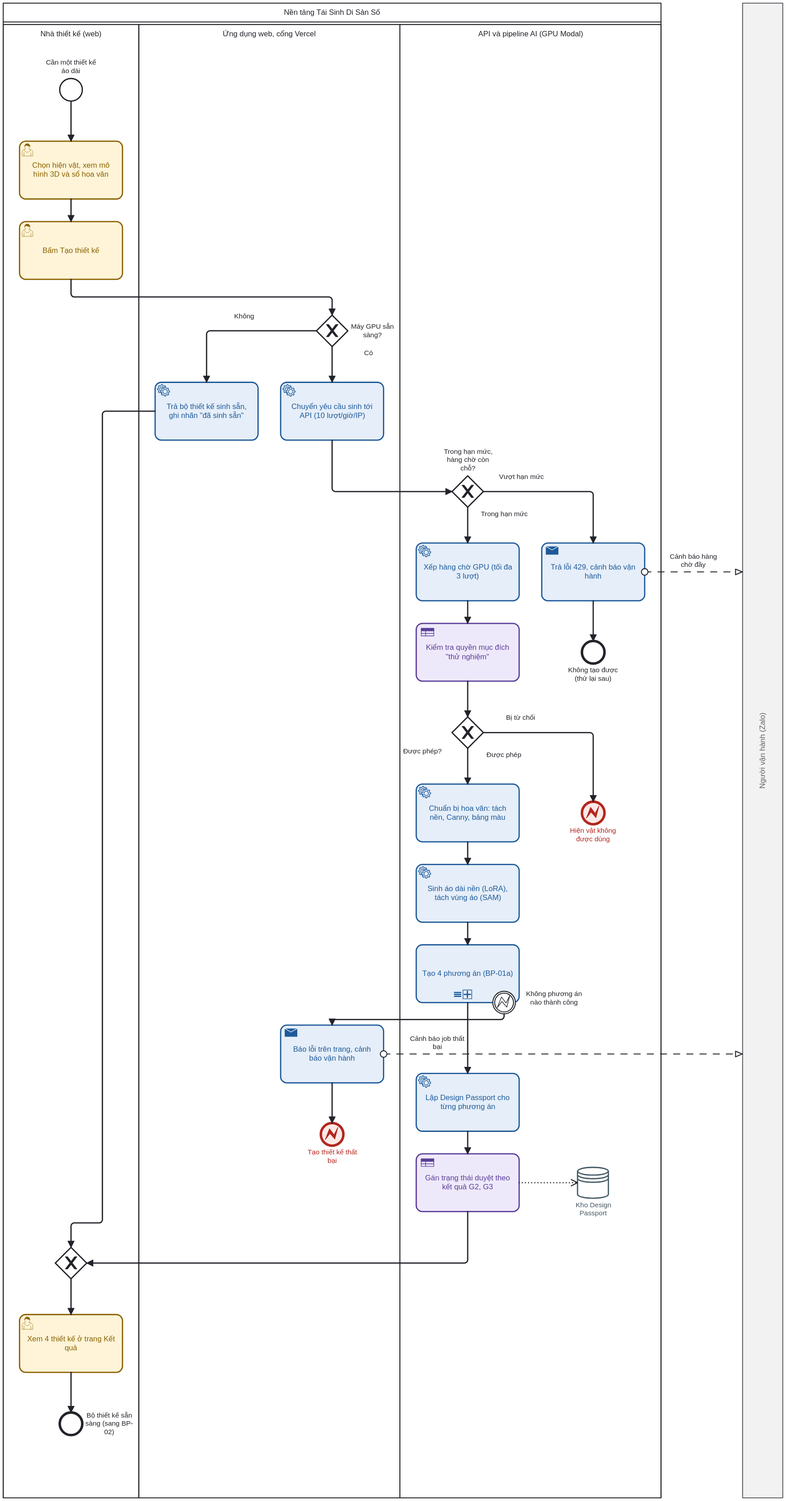
Before: docs/business-analysis/diagrams/BP-01_tao-thiet-ke.svg, a diagram exported from BPMN (quoczai22/tai-sinh-di-san-so-ai). Its source is kept beside it as docs/business-analysis/diagrams/BP-01_tao-thiet-ke.bpmn. Ids are renumbered.
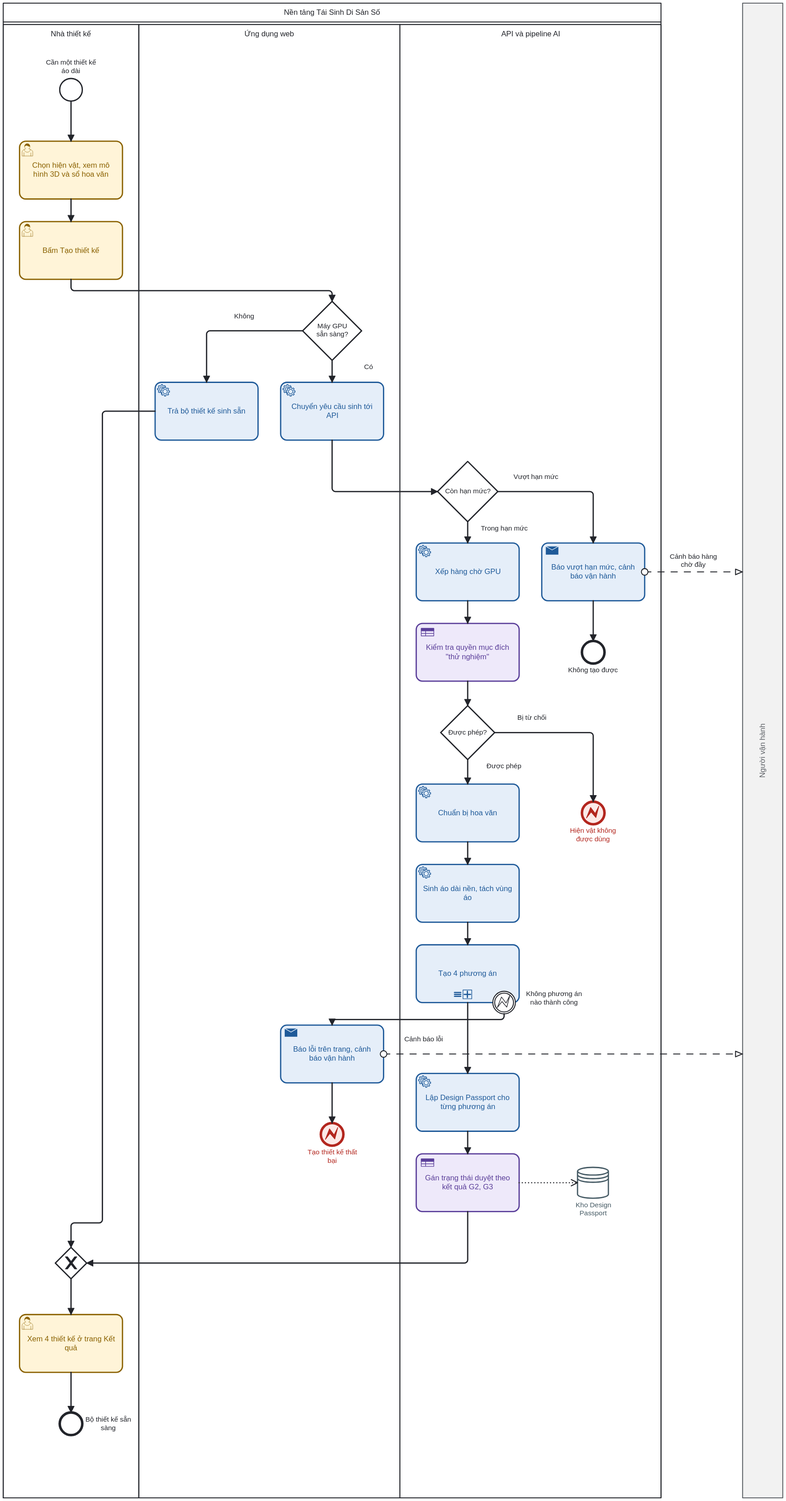
Later version of the same file.

The edit, as a diff of the source:
```diff
@@ -5,13 +5,13 @@
   <bpmn:dataStore id="Store_DS" name="Kho Design Passport" />
   <bpmn:collaboration id="Collab_BP01">
     <bpmn:participant id="P" name="Nền tảng Tái Sinh Di Sản Số" processRef="Proc_P" />
-    <bpmn:participant id="OPS" name="Người vận hành (Zalo)" />
+    <bpmn:participant id="OPS" name="Người vận hành" />
     <bpmn:messageFlow id="Msg_T11_OPS" name="Cảnh báo hàng chờ đầy" sourceRef="T11" targetRef="OPS" />
-    <bpmn:messageFlow id="Msg_T12_OPS" name="Cảnh báo job thất bại" sourceRef="T12" targetRef="OPS" />
+    <bpmn:messageFlow id="Msg_T12_OPS" name="Cảnh báo lỗi" sourceRef="T12" targetRef="OPS" />
   </bpmn:collaboration>
   <bpmn:process id="Proc_P" name="Nền tảng Tái Sinh Di Sản Số" isExecutable="false">
     <bpmn:laneSet id="LaneSet_P">
-      <bpmn:lane id="L_USR" name="Nhà thiết kế (web)">
+      <bpmn:lane id="L_USR" name="Nhà thiết kế">
         <bpmn:flowNodeRef>S1</bpmn:flowNodeRef>
         <bpmn:flowNodeRef>T1</bpmn:flowNodeRef>
         <bpmn:flowNodeRef>T2</bpmn:flowNodeRef>
@@ -19,14 +19,14 @@
         <bpmn:flowNodeRef>T13</bpmn:flowNodeRef>
         <bpmn:flowNodeRef>E4</bpmn:flowNodeRef>
       </bpmn:lane>
-      <bpmn:lane id="L_GW" name="Ứng dụng web, cổng Vercel">
+      <bpmn:lane id="L_GW" name="Ứng dụng web">
         <bpmn:flowNodeRef>G1</bpmn:flowNodeRef>
         <bpmn:flowNodeRef>T3</bpmn:flowNodeRef>
         <bpmn:flowNodeRef>T4</bpmn:flowNodeRef>
         <bpmn:flowNodeRef>T12</bpmn:flowNodeRef>
         <bpmn:flowNodeRef>E3</bpmn:flowNodeRef>
       </bpmn:lane>
-      <bpmn:lane id="L_API" name="API và pipeline AI (GPU Modal)">
+      <bpmn:lane id="L_API" name="API và pipeline AI">
         <bpmn:flowNodeRef>G2</bpmn:flowNodeRef>
         <bpmn:flowNodeRef>T11</bpmn:flowNodeRef>
         <bpmn:flowNodeRef>E1</bpmn:flowNodeRef>
@@ -53,32 +53,32 @@
       <bpmn:incoming>Flow_T1_T2</bpmn:incoming>
       <bpmn:outgoing>Flow_T2_G1</bpmn:outgoing>
     </bpmn:userTask>
-    <bpmn:exclusiveGateway id="G1" name="Máy GPU sẵn sàng?">
+    <bpmn:exclusiveGateway id="G1" name="Máy GPU&#10;sẵn sàng?">
       <bpmn:incoming>Flow_T2_G1</bpmn:incoming>
       <bpmn:outgoing>Flow_G1_T4</bpmn:outgoing>
       <bpmn:outgoing>Flow_G1_T3</bpmn:outgoing>
     </bpmn:exclusiveGateway>
-    <bpmn:serviceTask id="T3" name="Trả bộ thiết kế sinh sẵn, ghi nhãn &#34;đã sinh sẵn&#34;">
+    <bpmn:serviceTask id="T3" name="Trả bộ thiết kế sinh sẵn">
       <bpmn:incoming>Flow_G1_T3</bpmn:incoming>
       <bpmn:outgoing>Flow_T3_M1</bpmn:outgoing>
     </bpmn:serviceTask>
-    <bpmn:serviceTask id="T4" name="Chuyển yêu cầu sinh tới API (10 lượt/giờ/IP)">
+    <bpmn:serviceTask id="T4" name="Chuyển yêu cầu sinh tới API">
       <bpmn:incoming>Flow_G1_T4</bpmn:incoming>
       <bpmn:outgoing>Flow_T4_G2</bpmn:outgoing>
     </bpmn:serviceTask>
-    <bpmn:exclusiveGateway id="G2" name="Trong hạn mức, hàng chờ còn chỗ?">
+    <bpmn:exclusiveGateway id="G2" name="Còn hạn mức?">
       <bpmn:incoming>Flow_T4_G2</bpmn:incoming>
       <bpmn:outgoing>Flow_G2_T5</bpmn:outgoing>
       <bpmn:outgoing>Flow_G2_T11</bpmn:outgoing>
     </bpmn:exclusiveGateway>
-    <bpmn:sendTask id="T11" name="Trả lỗi 429, cảnh báo vận hành">
+    <bpmn:sendTask id="T11" name="Báo vượt hạn mức, cảnh báo vận hành">
       <bpmn:incoming>Flow_G2_T11</bpmn:incoming>
       <bpmn:outgoing>Flow_T11_E1</bpmn:outgoing>
     </bpmn:sendTask>
-    <bpmn:endEvent id="E1" name="Không tạo được (thử lại sau)">
+    <bpmn:endEvent id="E1" name="Không tạo được">
       <bpmn:incoming>Flow_T11_E1</bpmn:incoming>
     </bpmn:endEvent>
-    <bpmn:serviceTask id="T5" name="Xếp hàng chờ GPU (tối đa 3 lượt)">
+    <bpmn:serviceTask id="T5" name="Xếp hàng chờ GPU">
       <bpmn:incoming>Flow_G2_T5</bpmn:incoming>
       <bpmn:outgoing>Flow_T5_T6</bpmn:outgoing>
     </bpmn:serviceTask>
@@ -95,15 +95,15 @@
       <bpmn:incoming>Flow_G3_E2</bpmn:incoming>
       <bpmn:errorEventDefinition id="EED_E2" errorRef="Error_3" />
     </bpmn:endEvent>
-    <bpmn:serviceTask id="T7" name="Chuẩn bị hoa văn: tách nền, Canny, bảng màu">
+    <bpmn:serviceTask id="T7" name="Chuẩn bị hoa văn">
       <bpmn:incoming>Flow_G3_T7</bpmn:incoming>
       <bpmn:outgoing>Flow_T7_T8</bpmn:outgoing>
     </bpmn:serviceTask>
-    <bpmn:serviceTask id="T8" name="Sinh áo dài nền (LoRA), tách vùng áo (SAM)">
+    <bpmn:serviceTask id="T8" name="Sinh áo dài nền, tách vùng áo">
       <bpmn:incoming>Flow_T7_T8</bpmn:incoming>
       <bpmn:outgoing>Flow_T8_SP</bpmn:outgoing>
     </bpmn:serviceTask>
-    <bpmn:subProcess id="SP" name="Tạo 4 phương án (BP-01a)">
+    <bpmn:subProcess id="SP" name="Tạo 4 phương án">
       <bpmn:incoming>Flow_T8_SP</bpmn:incoming>
       <bpmn:outgoing>Flow_SP_T9</bpmn:outgoing>
       <bpmn:multiInstanceLoopCharacteristics isSequential="true" />
@@ -141,7 +141,7 @@
       <bpmn:incoming>Flow_M1_T13</bpmn:incoming>
       <bpmn:outgoing>Flow_T13_E4</bpmn:outgoing>
     </bpmn:userTask>
-    <bpmn:endEvent id="E4" name="Bộ thiết kế sẵn sàng (sang BP-02)">
+    <bpmn:endEvent id="E4" name="Bộ thiết kế sẵn sàng">
       <bpmn:incoming>Flow_T13_E4</bpmn:incoming>
     </bpmn:endEvent>
     <bpmn:sequenceFlow id="Flow_S1_T1" name="" sourceRef="S1" targetRef="T1" />
@@ -206,10 +206,10 @@
       <bpmndi:BPMNShape id="T2_di" bpmnElement="T2" color:background-color="#FFF4D6" color:border-color="#8A6100">
         <dc:Bounds x="46" y="368" width="164" height="92" />
       </bpmndi:BPMNShape>
-      <bpmndi:BPMNShape id="G1_di" bpmnElement="G1" isMarkerVisible="true">
-        <dc:Bounds x="519" y="517" width="50" height="50" />
+      <bpmndi:BPMNShape id="G1_di" bpmnElement="G1" isMarkerVisible="false">
+        <dc:Bounds x="497" y="495" width="94" height="94" />
         <bpmndi:BPMNLabel>
-          <dc:Bounds x="574" y="529" width="69" height="27" />
+          <dc:Bounds x="520" y="528" width="49" height="28" />
         </bpmndi:BPMNLabel>
       </bpmndi:BPMNShape>
       <bpmndi:BPMNShape id="T3_di" bpmnElement="T3" color:background-color="#E4EEF9" color:border-color="#1F5A99">
@@ -218,10 +218,10 @@
       <bpmndi:BPMNShape id="T4_di" bpmnElement="T4" color:background-color="#E4EEF9" color:border-color="#1F5A99">
         <dc:Bounds x="462" y="624" width="164" height="92" />
       </bpmndi:BPMNShape>
-      <bpmndi:BPMNShape id="G2_di" bpmnElement="G2" isMarkerVisible="true">
-        <dc:Bounds x="735" y="773" width="50" height="50" />
+      <bpmndi:BPMNShape id="G2_di" bpmnElement="G2" isMarkerVisible="false">
+        <dc:Bounds x="712" y="750" width="96" height="96" />
         <bpmndi:BPMNLabel>
-          <dc:Bounds x="722" y="728" width="77" height="40" />
+          <dc:Bounds x="727" y="791" width="66" height="14" />
         </bpmndi:BPMNLabel>
       </bpmndi:BPMNShape>
       <bpmndi:BPMNShape id="T11_di" bpmnElement="T11" color:background-color="#E4EEF9" color:border-color="#1F5A99">
@@ -239,10 +239,10 @@
       <bpmndi:BPMNShape id="T6_di" bpmnElement="T6" color:background-color="#EEE8FA" color:border-color="#5A3E99">
         <dc:Bounds x="678" y="1008" width="164" height="92" />
       </bpmndi:BPMNShape>
-      <bpmndi:BPMNShape id="G3_di" bpmnElement="G3" isMarkerVisible="true">
-        <dc:Bounds x="735" y="1157" width="50" height="50" />
+      <bpmndi:BPMNShape id="G3_di" bpmnElement="G3" isMarkerVisible="false">
+        <dc:Bounds x="717" y="1139" width="86" height="86" />
         <bpmndi:BPMNLabel>
-          <dc:Bounds x="631" y="1205" width="112" height="40" />
+          <dc:Bounds x="732" y="1175" width="55" height="14" />
         </bpmndi:BPMNLabel>
       </bpmndi:BPMNShape>
       <bpmndi:BPMNShape id="E2_di" bpmnElement="E2" color:background-color="#FCE8E6" color:border-color="#B3261E">
@@ -290,7 +290,7 @@
       <bpmndi:BPMNShape id="E4_di" bpmnElement="E4">
         <dc:Bounds x="110" y="2265" width="36" height="36" />
         <bpmndi:BPMNLabel>
-          <dc:Bounds x="151" y="2263" width="77" height="40" />
+          <dc:Bounds x="151" y="2270" width="73" height="27" />
         </bpmndi:BPMNLabel>
       </bpmndi:BPMNShape>
       <bpmndi:BPMNShape id="BE_di" bpmnElement="BE">
@@ -309,19 +309,19 @@
       </bpmndi:BPMNEdge>
       <bpmndi:BPMNEdge id="Flow_T2_G1_di" bpmnElement="Flow_T2_G1">
         <di:waypoint x="128" y="460" />
-        <di:waypoint x="128" y="488" />
-        <di:waypoint x="544" y="488" />
-        <di:waypoint x="544" y="517" />
+        <di:waypoint x="128" y="478" />
+        <di:waypoint x="544" y="478" />
+        <di:waypoint x="544" y="495" />
       </bpmndi:BPMNEdge>
       <bpmndi:BPMNEdge id="Flow_G1_T4_di" bpmnElement="Flow_G1_T4">
-        <di:waypoint x="544" y="567" />
+        <di:waypoint x="544" y="589" />
         <di:waypoint x="544" y="624" />
         <bpmndi:BPMNLabel>
-          <dc:Bounds x="550" y="571" width="104" height="28" />
+          <dc:Bounds x="550" y="593" width="104" height="28" />
         </bpmndi:BPMNLabel>
       </bpmndi:BPMNEdge>
       <bpmndi:BPMNEdge id="Flow_G1_T3_di" bpmnElement="Flow_G1_T3">
-        <di:waypoint x="519" y="542" />
+        <di:waypoint x="497" y="542" />
         <di:waypoint x="344" y="542" />
         <di:waypoint x="344" y="624" />
         <bpmndi:BPMNLabel>
@@ -331,21 +331,21 @@
       <bpmndi:BPMNEdge id="Flow_T4_G2_di" bpmnElement="Flow_T4_G2">
         <di:waypoint x="544" y="716" />
         <di:waypoint x="544" y="798" />
-        <di:waypoint x="735" y="798" />
+        <di:waypoint x="712" y="798" />
       </bpmndi:BPMNEdge>
       <bpmndi:BPMNEdge id="Flow_G2_T5_di" bpmnElement="Flow_G2_T5">
-        <di:waypoint x="760" y="823" />
+        <di:waypoint x="760" y="846" />
         <di:waypoint x="760" y="880" />
         <bpmndi:BPMNLabel>
-          <dc:Bounds x="766" y="827" width="104" height="28" />
+          <dc:Bounds x="766" y="850" width="104" height="28" />
         </bpmndi:BPMNLabel>
       </bpmndi:BPMNEdge>
       <bpmndi:BPMNEdge id="Flow_G2_T11_di" bpmnElement="Flow_G2_T11">
-        <di:waypoint x="785" y="798" />
+        <di:waypoint x="808" y="798" />
         <di:waypoint x="960" y="798" />
         <di:waypoint x="960" y="880" />
         <bpmndi:BPMNLabel>
-          <dc:Bounds x="793" y="768" width="104" height="28" />
+          <dc:Bounds x="816" y="768" width="104" height="28" />
         </bpmndi:BPMNLabel>
       </bpmndi:BPMNEdge>
       <bpmndi:BPMNEdge id="Flow_T11_E1_di" bpmnElement="Flow_T11_E1">
@@ -358,21 +358,21 @@
       </bpmndi:BPMNEdge>
       <bpmndi:BPMNEdge id="Flow_T6_G3_di" bpmnElement="Flow_T6_G3">
         <di:waypoint x="760" y="1100" />
-        <di:waypoint x="760" y="1157" />
+        <di:waypoint x="760" y="1139" />
       </bpmndi:BPMNEdge>
       <bpmndi:BPMNEdge id="Flow_G3_T7_di" bpmnElement="Flow_G3_T7">
-        <di:waypoint x="760" y="1207" />
+        <di:waypoint x="760" y="1225" />
         <di:waypoint x="760" y="1264" />
         <bpmndi:BPMNLabel>
-          <dc:Bounds x="766" y="1211" width="104" height="28" />
+          <dc:Bounds x="766" y="1229" width="104" height="28" />
         </bpmndi:BPMNLabel>
       </bpmndi:BPMNEdge>
       <bpmndi:BPMNEdge id="Flow_G3_E2_di" bpmnElement="Flow_G3_E2">
-        <di:waypoint x="785" y="1182" />
+        <di:waypoint x="803" y="1182" />
         <di:waypoint x="960" y="1182" />
         <di:waypoint x="960" y="1292" />
         <bpmndi:BPMNLabel>
-          <dc:Bounds x="793" y="1152" width="104" height="28" />
+          <dc:Bounds x="811" y="1152" width="104" height="28" />
         </bpmndi:BPMNLabel>
       </bpmndi:BPMNEdge>
       <bpmndi:BPMNEdge id="Flow_T7_T8_di" bpmnElement="Flow_T7_T8">
@@ -439,7 +439,7 @@
         <di:waypoint x="626" y="1694" />
         <di:waypoint x="1198" y="1694" />
         <bpmndi:BPMNLabel>
-          <dc:Bounds x="668" y="1663" width="88" height="27" />
+          <dc:Bounds x="638" y="1664" width="104" height="28" />
         </bpmndi:BPMNLabel>
       </bpmndi:BPMNEdge>
     </bpmndi:BPMNPlane>
```
